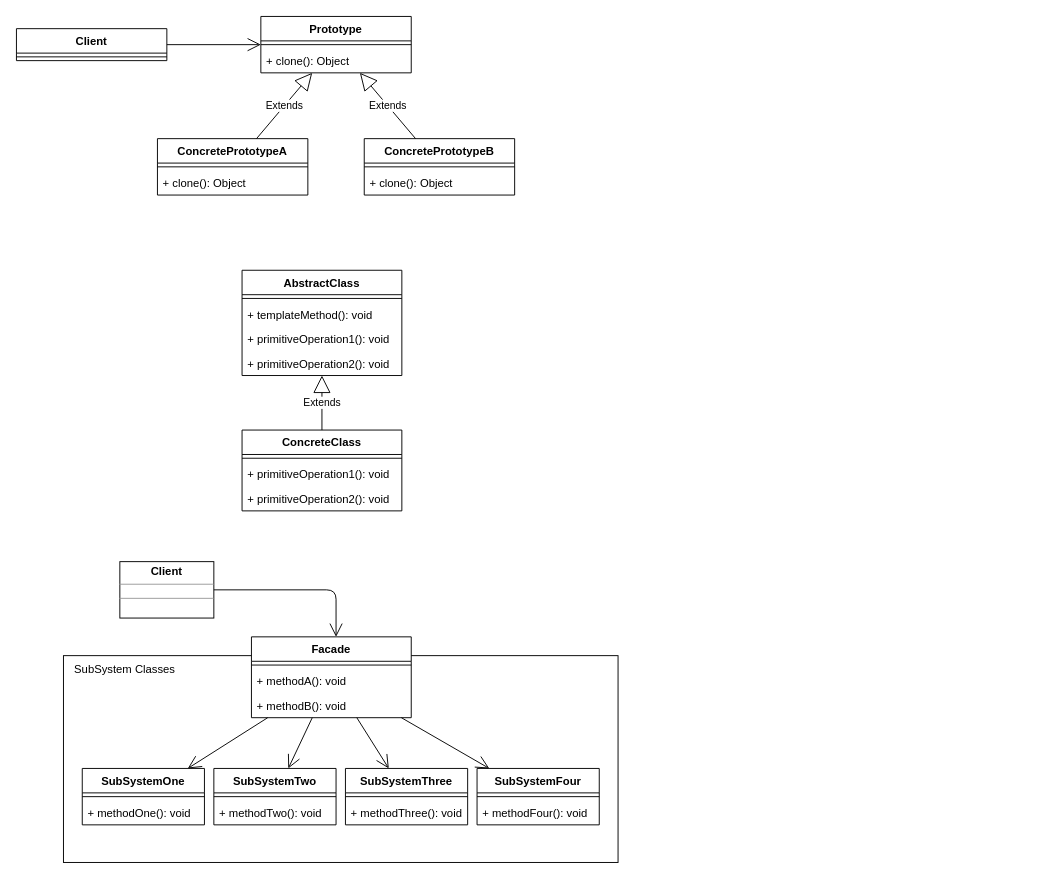
This is page "原型、模板、外观" (3 of 9) of 设计模式.drawio from studeyang/drawio-workspace, a draw.io file, before an edit. Source tidied: cells renumbered, new cells numbered last; positions are measured from the earlier drawing's top-left corner, leaving out a move shared by most shapes. Both pictures are drawn from the tidied source at 94%, with x=0, y=0 at pixel (16, 16).
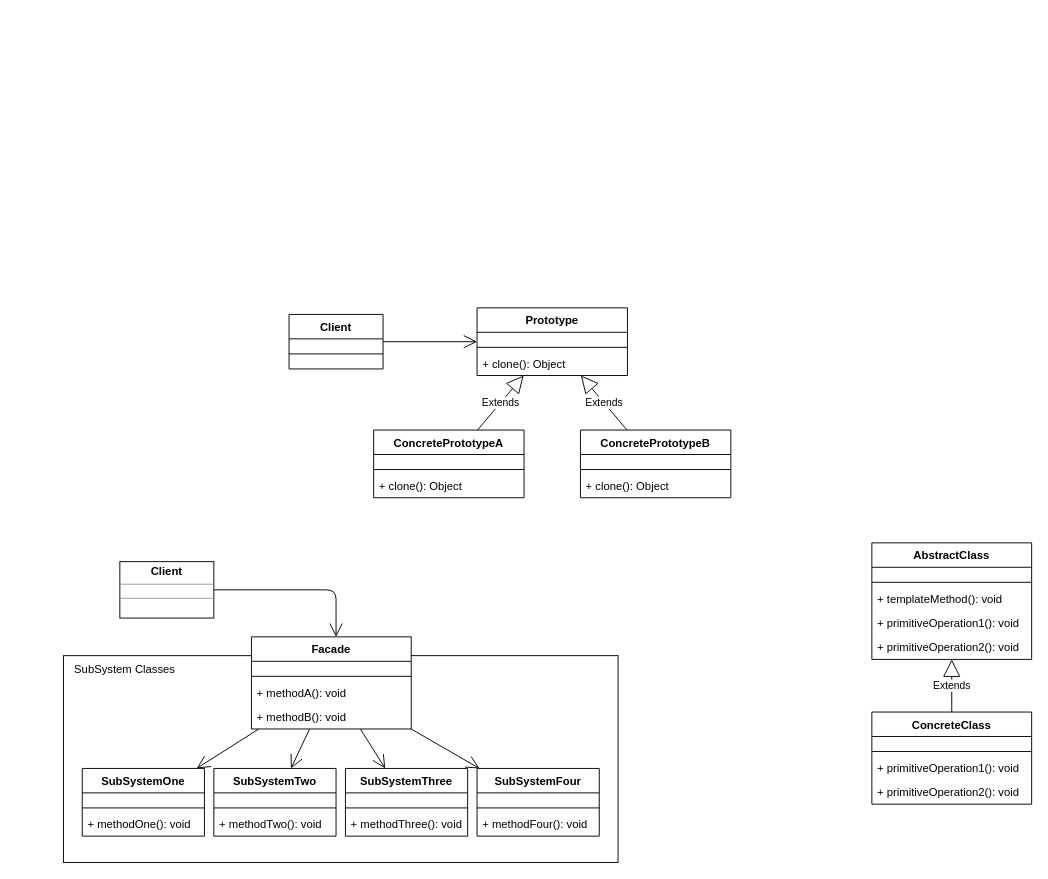
Above is the later version.

Diff of the diagram source:
```diff
@@
     <mxCell id="3" value="Prototype" style="swimlane;fontStyle=1;align=center;verticalAlign=top;horizontal=1;startSize=26;rounded=0;" parent="1" vertex="1">
-      <mxGeometry x="260" width="160" height="60" as="geometry" />
+      <mxGeometry x="490" y="310" width="160" height="72" as="geometry" />
     </mxCell>
+    <mxCell id="50" value=" " style="text;strokeColor=none;fillColor=none;align=left;verticalAlign=top;spacingLeft=4;spacingRight=4;overflow=hidden;rounded=0;" parent="3" vertex="1">
+      <mxGeometry y="26" width="160" height="12" as="geometry" />
+    </mxCell>
     <mxCell id="4" style="line;strokeWidth=1;fillColor=none;align=left;verticalAlign=middle;spacingTop=-1;spacingLeft=3;spacingRight=3;labelPosition=right;strokeColor=inherit;rounded=0;" parent="3" vertex="1">
-      <mxGeometry y="26" width="160" height="8" as="geometry" />
+      <mxGeometry y="38" width="160" height="8" as="geometry" />
     </mxCell>
     <mxCell id="5" value="+ clone(): Object" style="text;strokeColor=none;fillColor=none;align=left;verticalAlign=top;spacingLeft=4;spacingRight=4;overflow=hidden;rounded=0;" parent="3" vertex="1">
-      <mxGeometry y="34" width="160" height="26" as="geometry" />
+      <mxGeometry y="46" width="160" height="26" as="geometry" />
     </mxCell>
     <mxCell id="6" value="ConcretePrototypeA" style="swimlane;fontStyle=1;align=center;verticalAlign=top;horizontal=1;startSize=26;rounded=0;" parent="1" vertex="1">
-      <mxGeometry x="150" y="130" width="160" height="60" as="geometry" />
+      <mxGeometry x="380" y="440" width="160" height="72" as="geometry" />
     </mxCell>
+    <mxCell id="51" value=" " style="text;strokeColor=none;fillColor=none;align=left;verticalAlign=top;spacingLeft=4;spacingRight=4;overflow=hidden;rounded=0;" parent="6" vertex="1">
+      <mxGeometry y="26" width="160" height="12" as="geometry" />
+    </mxCell>
     <mxCell id="7" style="line;strokeWidth=1;fillColor=none;align=left;verticalAlign=middle;spacingTop=-1;spacingLeft=3;spacingRight=3;labelPosition=right;strokeColor=inherit;rounded=0;" parent="6" vertex="1">
-      <mxGeometry y="26" width="160" height="8" as="geometry" />
+      <mxGeometry y="38" width="160" height="8" as="geometry" />
     </mxCell>
     <mxCell id="8" value="+ clone(): Object" style="text;strokeColor=none;fillColor=none;align=left;verticalAlign=top;spacingLeft=4;spacingRight=4;overflow=hidden;rounded=0;" parent="6" vertex="1">
-      <mxGeometry y="34" width="160" height="26" as="geometry" />
+      <mxGeometry y="46" width="160" height="26" as="geometry" />
     </mxCell>
     <mxCell id="9" value="ConcretePrototypeB" style="swimlane;fontStyle=1;align=center;verticalAlign=top;horizontal=1;startSize=26;rounded=0;" parent="1" vertex="1">
-      <mxGeometry x="370" y="130" width="160" height="60" as="geometry" />
+      <mxGeometry x="600" y="440" width="160" height="72" as="geometry" />
     </mxCell>
+    <mxCell id="52" value=" " style="text;strokeColor=none;fillColor=none;align=left;verticalAlign=top;spacingLeft=4;spacingRight=4;overflow=hidden;rounded=0;" parent="9" vertex="1">
+      <mxGeometry y="26" width="160" height="12" as="geometry" />
+    </mxCell>
     <mxCell id="10" style="line;strokeWidth=1;fillColor=none;align=left;verticalAlign=middle;spacingTop=-1;spacingLeft=3;spacingRight=3;labelPosition=right;strokeColor=inherit;rounded=0;" parent="9" vertex="1">
-      <mxGeometry y="26" width="160" height="8" as="geometry" />
+      <mxGeometry y="38" width="160" height="8" as="geometry" />
     </mxCell>
     <mxCell id="11" value="+ clone(): Object" style="text;strokeColor=none;fillColor=none;align=left;verticalAlign=top;spacingLeft=4;spacingRight=4;overflow=hidden;rounded=0;" parent="9" vertex="1">
-      <mxGeometry y="34" width="160" height="26" as="geometry" />
+      <mxGeometry y="46" width="160" height="26" as="geometry" />
     </mxCell>
@@
     <mxCell id="14" value="Client" style="swimlane;fontStyle=1;align=center;verticalAlign=top;horizontal=1;startSize=26;rounded=0;" parent="1" vertex="1">
-      <mxGeometry y="13" width="160" height="34" as="geometry" />
+      <mxGeometry x="290" y="317" width="100" height="58" as="geometry" />
     </mxCell>
+    <mxCell id="53" value=" " style="text;strokeColor=none;fillColor=none;align=left;verticalAlign=top;spacingLeft=4;spacingRight=4;overflow=hidden;rounded=0;" parent="14" vertex="1">
+      <mxGeometry y="26" width="100" height="12" as="geometry" />
+    </mxCell>
     <mxCell id="15" style="line;strokeWidth=1;fillColor=none;align=left;verticalAlign=middle;spacingTop=-1;spacingLeft=3;spacingRight=3;labelPosition=right;strokeColor=inherit;rounded=0;" parent="14" vertex="1">
-      <mxGeometry y="26" width="160" height="8" as="geometry" />
+      <mxGeometry y="38" width="100" height="8" as="geometry" />
     </mxCell>
+    <mxCell id="54" value=" " style="text;strokeColor=none;fillColor=none;align=left;verticalAlign=top;spacingLeft=4;spacingRight=4;overflow=hidden;rounded=0;" parent="14" vertex="1">
+      <mxGeometry y="46" width="100" height="12" as="geometry" />
+    </mxCell>
@@
     <mxCell id="17" value="AbstractClass" style="swimlane;fontStyle=1;align=center;verticalAlign=top;horizontal=1;startSize=26;rounded=0;" parent="1" vertex="1">
-      <mxGeometry x="240" y="270" width="170" height="112" as="geometry" />
+      <mxGeometry x="910" y="560" width="170" height="124" as="geometry" />
     </mxCell>
+    <mxCell id="55" value=" " style="text;strokeColor=none;fillColor=none;align=left;verticalAlign=top;spacingLeft=4;spacingRight=4;overflow=hidden;rounded=0;" parent="17" vertex="1">
+      <mxGeometry y="26" width="170" height="12" as="geometry" />
+    </mxCell>
     <mxCell id="18" style="line;strokeWidth=1;fillColor=none;align=left;verticalAlign=middle;spacingTop=-1;spacingLeft=3;spacingRight=3;labelPosition=right;strokeColor=inherit;rounded=0;" parent="17" vertex="1">
-      <mxGeometry y="26" width="170" height="8" as="geometry" />
+      <mxGeometry y="38" width="170" height="8" as="geometry" />
     </mxCell>
     <mxCell id="19" value="+ templateMethod(): void" style="text;strokeColor=none;fillColor=none;align=left;verticalAlign=top;spacingLeft=4;spacingRight=4;overflow=hidden;rounded=0;" parent="17" vertex="1">
-      <mxGeometry y="34" width="170" height="26" as="geometry" />
+      <mxGeometry y="46" width="170" height="26" as="geometry" />
     </mxCell>
     <mxCell id="20" value="+ primitiveOperation1(): void" style="text;strokeColor=none;fillColor=none;align=left;verticalAlign=top;spacingLeft=4;spacingRight=4;overflow=hidden;rounded=0;" parent="17" vertex="1">
-      <mxGeometry y="60" width="170" height="26" as="geometry" />
+      <mxGeometry y="72" width="170" height="26" as="geometry" />
     </mxCell>
     <mxCell id="21" value="+ primitiveOperation2(): void" style="text;strokeColor=none;fillColor=none;align=left;verticalAlign=top;spacingLeft=4;spacingRight=4;overflow=hidden;rounded=0;" parent="17" vertex="1">
-      <mxGeometry y="86" width="170" height="26" as="geometry" />
+      <mxGeometry y="98" width="170" height="26" as="geometry" />
     </mxCell>
     <mxCell id="22" value="ConcreteClass" style="swimlane;fontStyle=1;align=center;verticalAlign=top;horizontal=1;startSize=26;rounded=0;" parent="1" vertex="1">
-      <mxGeometry x="240" y="440" width="170" height="86" as="geometry" />
+      <mxGeometry x="910" y="740" width="170" height="98" as="geometry" />
     </mxCell>
+    <mxCell id="56" value=" " style="text;strokeColor=none;fillColor=none;align=left;verticalAlign=top;spacingLeft=4;spacingRight=4;overflow=hidden;rounded=0;" parent="22" vertex="1">
+      <mxGeometry y="26" width="170" height="12" as="geometry" />
+    </mxCell>
     <mxCell id="23" style="line;strokeWidth=1;fillColor=none;align=left;verticalAlign=middle;spacingTop=-1;spacingLeft=3;spacingRight=3;labelPosition=right;strokeColor=inherit;rounded=0;" parent="22" vertex="1">
-      <mxGeometry y="26" width="170" height="8" as="geometry" />
+      <mxGeometry y="38" width="170" height="8" as="geometry" />
     </mxCell>
     <mxCell id="24" value="+ primitiveOperation1(): void" style="text;strokeColor=none;fillColor=none;align=left;verticalAlign=top;spacingLeft=4;spacingRight=4;overflow=hidden;rounded=0;" parent="22" vertex="1">
-      <mxGeometry y="34" width="170" height="26" as="geometry" />
+      <mxGeometry y="46" width="170" height="26" as="geometry" />
     </mxCell>
     <mxCell id="25" value="+ primitiveOperation2(): void" style="text;strokeColor=none;fillColor=none;align=left;verticalAlign=top;spacingLeft=4;spacingRight=4;overflow=hidden;rounded=0;" parent="22" vertex="1">
-      <mxGeometry y="60" width="170" height="26" as="geometry" />
+      <mxGeometry y="72" width="170" height="26" as="geometry" />
     </mxCell>
@@
     <mxCell id="27" value="Facade" style="swimlane;fontStyle=1;align=center;verticalAlign=top;horizontal=1;startSize=26;rounded=0;" parent="1" vertex="1">
-      <mxGeometry x="250" y="660" width="170" height="86" as="geometry" />
+      <mxGeometry x="250" y="660" width="170" height="98" as="geometry" />
     </mxCell>
+    <mxCell id="57" value=" " style="text;strokeColor=none;fillColor=none;align=left;verticalAlign=top;spacingLeft=4;spacingRight=4;overflow=hidden;rounded=0;" parent="27" vertex="1">
+      <mxGeometry y="26" width="170" height="12" as="geometry" />
+    </mxCell>
     <mxCell id="28" style="line;strokeWidth=1;fillColor=none;align=left;verticalAlign=middle;spacingTop=-1;spacingLeft=3;spacingRight=3;labelPosition=right;strokeColor=inherit;rounded=0;" parent="27" vertex="1">
-      <mxGeometry y="26" width="170" height="8" as="geometry" />
+      <mxGeometry y="38" width="170" height="8" as="geometry" />
     </mxCell>
     <mxCell id="29" value="+ methodA(): void" style="text;strokeColor=none;fillColor=none;align=left;verticalAlign=top;spacingLeft=4;spacingRight=4;overflow=hidden;rounded=0;" parent="27" vertex="1">
-      <mxGeometry y="34" width="170" height="26" as="geometry" />
+      <mxGeometry y="46" width="170" height="26" as="geometry" />
     </mxCell>
     <mxCell id="30" value="+ methodB(): void" style="text;strokeColor=none;fillColor=none;align=left;verticalAlign=top;spacingLeft=4;spacingRight=4;overflow=hidden;rounded=0;" parent="27" vertex="1">
-      <mxGeometry y="60" width="170" height="26" as="geometry" />
+      <mxGeometry y="72" width="170" height="26" as="geometry" />
     </mxCell>
     <mxCell id="31" value="SubSystemOne" style="swimlane;fontStyle=1;align=center;verticalAlign=top;horizontal=1;startSize=26;rounded=0;" parent="1" vertex="1">
-      <mxGeometry x="70" y="800" width="130" height="60" as="geometry" />
+      <mxGeometry x="70" y="800" width="130" height="72" as="geometry" />
     </mxCell>
+    <mxCell id="58" value=" " style="text;strokeColor=none;fillColor=none;align=left;verticalAlign=top;spacingLeft=4;spacingRight=4;overflow=hidden;rounded=0;" parent="31" vertex="1">
+      <mxGeometry y="26" width="130" height="12" as="geometry" />
+    </mxCell>
     <mxCell id="32" style="line;strokeWidth=1;fillColor=none;align=left;verticalAlign=middle;spacingTop=-1;spacingLeft=3;spacingRight=3;labelPosition=right;strokeColor=inherit;rounded=0;" parent="31" vertex="1">
-      <mxGeometry y="26" width="130" height="8" as="geometry" />
+      <mxGeometry y="38" width="130" height="8" as="geometry" />
     </mxCell>
     <mxCell id="33" value="+ methodOne(): void" style="text;strokeColor=none;fillColor=none;align=left;verticalAlign=top;spacingLeft=4;spacingRight=4;overflow=hidden;rounded=0;" parent="31" vertex="1">
-      <mxGeometry y="34" width="130" height="26" as="geometry" />
+      <mxGeometry y="46" width="130" height="26" as="geometry" />
     </mxCell>
     <mxCell id="34" value="SubSystemTwo" style="swimlane;fontStyle=1;align=center;verticalAlign=top;horizontal=1;startSize=26;rounded=0;" parent="1" vertex="1">
-      <mxGeometry x="210" y="800" width="130" height="60" as="geometry" />
+      <mxGeometry x="210" y="800" width="130" height="72" as="geometry" />
     </mxCell>
+    <mxCell id="59" value=" " style="text;strokeColor=none;fillColor=none;align=left;verticalAlign=top;spacingLeft=4;spacingRight=4;overflow=hidden;rounded=0;" parent="34" vertex="1">
+      <mxGeometry y="26" width="130" height="12" as="geometry" />
+    </mxCell>
     <mxCell id="35" style="line;strokeWidth=1;fillColor=none;align=left;verticalAlign=middle;spacingTop=-1;spacingLeft=3;spacingRight=3;labelPosition=right;strokeColor=inherit;rounded=0;" parent="34" vertex="1">
-      <mxGeometry y="26" width="130" height="8" as="geometry" />
+      <mxGeometry y="38" width="130" height="8" as="geometry" />
     </mxCell>
     <mxCell id="36" value="+ methodTwo(): void" style="text;strokeColor=none;fillColor=none;align=left;verticalAlign=top;spacingLeft=4;spacingRight=4;overflow=hidden;rounded=0;" parent="34" vertex="1">
-      <mxGeometry y="34" width="130" height="26" as="geometry" />
+      <mxGeometry y="46" width="130" height="26" as="geometry" />
     </mxCell>
     <mxCell id="37" value="SubSystemThree" style="swimlane;fontStyle=1;align=center;verticalAlign=top;horizontal=1;startSize=26;rounded=0;" parent="1" vertex="1">
-      <mxGeometry x="350" y="800" width="130" height="60" as="geometry" />
+      <mxGeometry x="350" y="800" width="130" height="72" as="geometry" />
     </mxCell>
+    <mxCell id="60" value=" " style="text;strokeColor=none;fillColor=none;align=left;verticalAlign=top;spacingLeft=4;spacingRight=4;overflow=hidden;rounded=0;" parent="37" vertex="1">
+      <mxGeometry y="26" width="130" height="12" as="geometry" />
+    </mxCell>
     <mxCell id="38" style="line;strokeWidth=1;fillColor=none;align=left;verticalAlign=middle;spacingTop=-1;spacingLeft=3;spacingRight=3;labelPosition=right;strokeColor=inherit;rounded=0;" parent="37" vertex="1">
-      <mxGeometry y="26" width="130" height="8" as="geometry" />
+      <mxGeometry y="38" width="130" height="8" as="geometry" />
     </mxCell>
     <mxCell id="39" value="+ methodThree(): void" style="text;strokeColor=none;fillColor=none;align=left;verticalAlign=top;spacingLeft=4;spacingRight=4;overflow=hidden;rounded=0;" parent="37" vertex="1">
-      <mxGeometry y="34" width="130" height="26" as="geometry" />
+      <mxGeometry y="46" width="130" height="26" as="geometry" />
     </mxCell>
     <mxCell id="40" value="SubSystemFour" style="swimlane;fontStyle=1;align=center;verticalAlign=top;horizontal=1;startSize=26;rounded=0;" parent="1" vertex="1">
-      <mxGeometry x="490" y="800" width="130" height="60" as="geometry" />
+      <mxGeometry x="490" y="800" width="130" height="72" as="geometry" />
     </mxCell>
+    <mxCell id="61" value=" " style="text;strokeColor=none;fillColor=none;align=left;verticalAlign=top;spacingLeft=4;spacingRight=4;overflow=hidden;rounded=0;" parent="40" vertex="1">
+      <mxGeometry y="26" width="130" height="12" as="geometry" />
+    </mxCell>
     <mxCell id="41" style="line;strokeWidth=1;fillColor=none;align=left;verticalAlign=middle;spacingTop=-1;spacingLeft=3;spacingRight=3;labelPosition=right;strokeColor=inherit;rounded=0;" parent="40" vertex="1">
-      <mxGeometry y="26" width="130" height="8" as="geometry" />
+      <mxGeometry y="38" width="130" height="8" as="geometry" />
     </mxCell>
     <mxCell id="42" value="+ methodFour(): void" style="text;strokeColor=none;fillColor=none;align=left;verticalAlign=top;spacingLeft=4;spacingRight=4;overflow=hidden;rounded=0;" parent="40" vertex="1">
-      <mxGeometry y="34" width="130" height="26" as="geometry" />
+      <mxGeometry y="46" width="130" height="26" as="geometry" />
     </mxCell>
```
